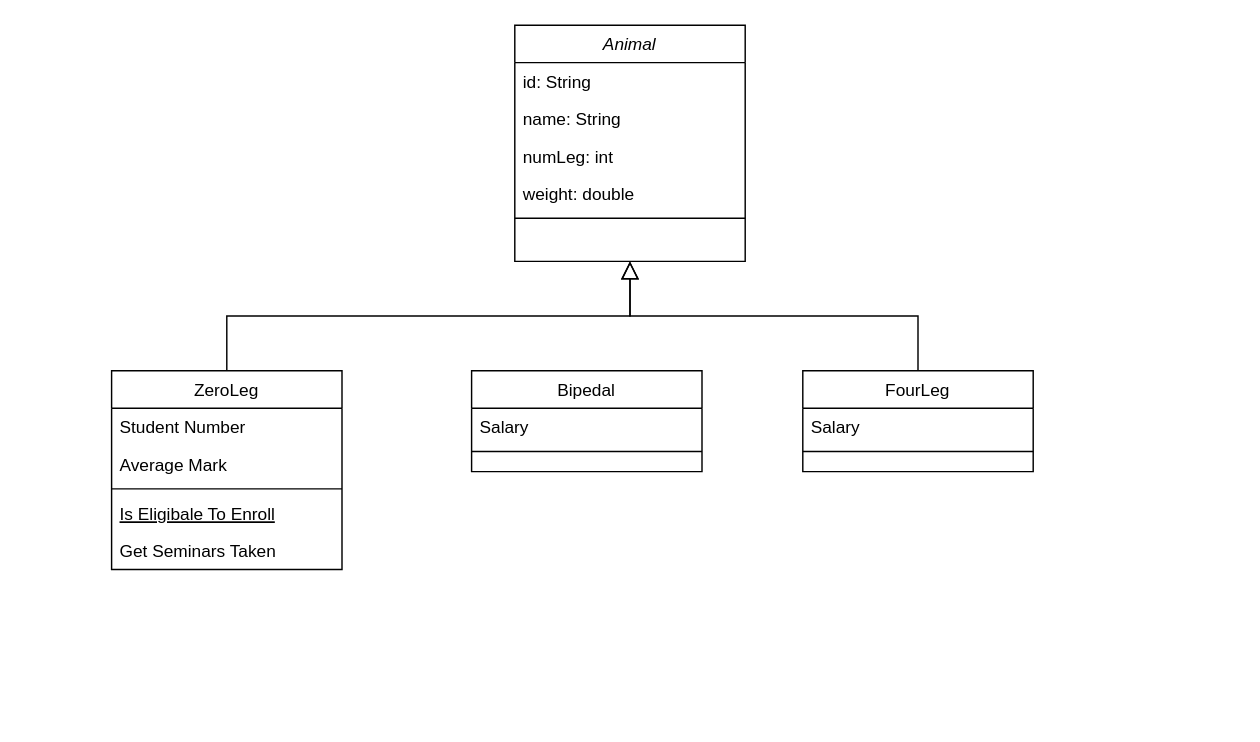
congtrung6391/fptu-schoolwork keeps this draw.io diagram as LAB211/Lab01/entity-diagram.drawio. Above is the earlier version. Source tidied: cells renumbered, new cells numbered last; positions are measured from the earlier drawing's top-left corner, leaving out a move shared by most shapes. Both pictures are drawn from the tidied source at 144%, with x=0, y=0 at pixel (111, 24).
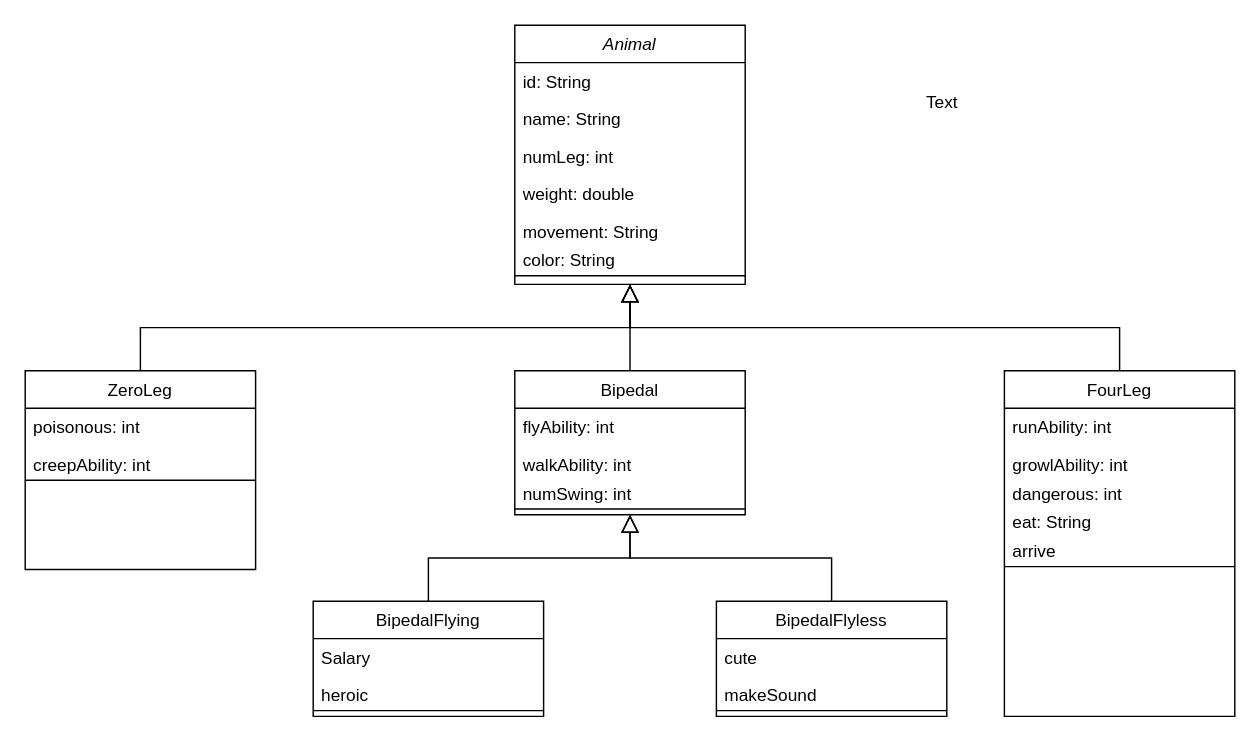
The same page after the edit.

What changed in the source:
```diff
@@
     <mxCell id="2" value="Animal" style="swimlane;fontStyle=2;align=center;verticalAlign=top;horizontal=1;startSize=26;rounded=0;shadow=0;strokeWidth=1;" parent="1" vertex="1">
-      <mxGeometry x="280" width="160" height="164" as="geometry" />
+      <mxGeometry x="280" width="160" height="180" as="geometry" />
     </mxCell>
@@
+    <mxCell id="22" value="movement: String" style="text;html=1;align=left;verticalAlign=top;fillColor=none;strokeColor=none;rounded=0;shadow=0;spacingLeft=4;spacingRight=4;" parent="2" vertex="1">
+      <mxGeometry y="130" width="160" height="20" as="geometry" />
+    </mxCell>
+    <mxCell id="23" value="color: String" style="text;html=1;align=left;verticalAlign=top;fillColor=none;strokeColor=none;rounded=0;shadow=0;spacingLeft=4;spacingRight=4;" parent="2" vertex="1">
+      <mxGeometry y="150" width="160" height="20" as="geometry" />
+    </mxCell>
     <mxCell id="7" style="line;html=1;strokeWidth=1;align=left;verticalAlign=middle;spacingTop=-1;spacingLeft=3;spacingRight=3;labelPosition=right;" parent="2" vertex="1">
-      <mxGeometry y="130" width="160" height="8" as="geometry" />
+      <mxGeometry y="170" width="160" height="8" as="geometry" />
     </mxCell>
     <mxCell id="8" value="ZeroLeg" style="swimlane;fontStyle=0;align=center;verticalAlign=top;horizontal=1;startSize=26;rounded=0;shadow=0;strokeWidth=1;" parent="1" vertex="1">
-      <mxGeometry y="240" width="160" height="138" as="geometry" />
+      <mxGeometry x="-60" y="240" width="160" height="138" as="geometry" />
     </mxCell>
-    <mxCell id="9" value="Student Number" style="text;align=left;verticalAlign=top;spacingLeft=4;spacingRight=4;overflow=hidden;" parent="8" vertex="1">
+    <mxCell id="9" value="poisonous: int" style="text;align=left;verticalAlign=top;spacingLeft=4;spacingRight=4;overflow=hidden;" parent="8" vertex="1">
       <mxGeometry y="26" width="160" height="26" as="geometry" />
     </mxCell>
-    <mxCell id="10" value="Average Mark" style="text;align=left;verticalAlign=top;spacingLeft=4;spacingRight=4;overflow=hidden;rounded=0;shadow=0;html=0;" parent="8" vertex="1">
-      <mxGeometry y="52" width="160" height="26" as="geometry" />
-    </mxCell>
+    <mxCell id="24" value="creepAbility: int" style="text;html=1;align=left;verticalAlign=top;fillColor=none;strokeColor=none;rounded=0;shadow=0;spacingLeft=4;spacingRight=4;" parent="8" vertex="1">
+      <mxGeometry y="52" width="160" height="20" as="geometry" />
+    </mxCell>
     <mxCell id="11" style="line;html=1;strokeWidth=1;align=left;verticalAlign=middle;spacingTop=-1;spacingLeft=3;spacingRight=3;labelPosition=right;" parent="8" vertex="1">
-      <mxGeometry y="78" width="160" height="8" as="geometry" />
+      <mxGeometry y="72" width="160" height="8" as="geometry" />
     </mxCell>
-    <mxCell id="12" value="Is Eligibale To Enroll" style="text;align=left;verticalAlign=top;spacingLeft=4;spacingRight=4;overflow=hidden;fontStyle=4;" parent="8" vertex="1">
-      <mxGeometry y="86" width="160" height="26" as="geometry" />
-    </mxCell>
-    <mxCell id="13" value="Get Seminars Taken" style="text;align=left;verticalAlign=top;spacingLeft=4;spacingRight=4;overflow=hidden;" parent="8" vertex="1">
-      <mxGeometry y="112" width="160" height="26" as="geometry" />
-    </mxCell>
@@
     <mxCell id="15" value="FourLeg" style="swimlane;fontStyle=0;align=center;verticalAlign=top;horizontal=1;startSize=26;rounded=0;shadow=0;strokeWidth=1;" parent="1" vertex="1">
-      <mxGeometry x="480" y="240" width="160" height="70" as="geometry" />
+      <mxGeometry x="620" y="240" width="160" height="240" as="geometry" />
     </mxCell>
-    <mxCell id="16" value="Salary" style="text;align=left;verticalAlign=top;spacingLeft=4;spacingRight=4;overflow=hidden;" parent="15" vertex="1">
+    <mxCell id="16" value="runAbility: int" style="text;align=left;verticalAlign=top;spacingLeft=4;spacingRight=4;overflow=hidden;" parent="15" vertex="1">
       <mxGeometry y="26" width="160" height="26" as="geometry" />
     </mxCell>
+    <mxCell id="25" value="growlAbility: int" style="text;html=1;align=left;verticalAlign=top;fillColor=none;strokeColor=none;rounded=0;shadow=0;spacingLeft=4;spacingRight=4;" parent="15" vertex="1">
+      <mxGeometry y="52" width="160" height="20" as="geometry" />
+    </mxCell>
+    <mxCell id="26" value="dangerous: int" style="text;html=1;align=left;verticalAlign=top;fillColor=none;strokeColor=none;rounded=0;shadow=0;spacingLeft=4;spacingRight=4;" parent="15" vertex="1">
+      <mxGeometry y="72" width="160" height="20" as="geometry" />
+    </mxCell>
+    <mxCell id="27" value="eat: String" style="text;html=1;align=left;verticalAlign=top;fillColor=none;strokeColor=none;rounded=0;shadow=0;spacingLeft=4;spacingRight=4;" parent="15" vertex="1">
+      <mxGeometry y="92" width="160" height="20" as="geometry" />
+    </mxCell>
+    <mxCell id="28" value="arrive" style="text;html=1;align=left;verticalAlign=top;fillColor=none;strokeColor=none;rounded=0;shadow=0;spacingLeft=4;spacingRight=4;" parent="15" vertex="1">
+      <mxGeometry y="112" width="160" height="20" as="geometry" />
+    </mxCell>
     <mxCell id="17" style="line;html=1;strokeWidth=1;align=left;verticalAlign=middle;spacingTop=-1;spacingLeft=3;spacingRight=3;labelPosition=right;" parent="15" vertex="1">
-      <mxGeometry y="52" width="160" height="8" as="geometry" />
+      <mxGeometry y="132" width="160" height="8" as="geometry" />
     </mxCell>
@@
+    <mxCell id="29" style="edgeStyle=elbowEdgeStyle;rounded=0;jettySize=auto;elbow=vertical;html=1;entryX=0.5;entryY=1;entryDx=0;entryDy=0;endArrow=block;endFill=0;endSize=10;" parent="1" edge="1" source="19" target="2">
+      <mxGeometry relative="1" as="geometry" />
+    </mxCell>
     <mxCell id="19" value="Bipedal" style="swimlane;fontStyle=0;align=center;verticalAlign=top;horizontal=1;startSize=26;rounded=0;shadow=0;strokeWidth=1;" parent="1" vertex="1">
-      <mxGeometry x="250" y="240" width="160" height="70" as="geometry" />
+      <mxGeometry x="280" y="240" width="160" height="100" as="geometry" />
     </mxCell>
-    <mxCell id="20" value="Salary" style="text;align=left;verticalAlign=top;spacingLeft=4;spacingRight=4;overflow=hidden;" parent="19" vertex="1">
+    <mxCell id="20" value="flyAbility: int" style="text;align=left;verticalAlign=top;spacingLeft=4;spacingRight=4;overflow=hidden;" parent="19" vertex="1">
       <mxGeometry y="26" width="160" height="26" as="geometry" />
     </mxCell>
+    <mxCell id="30" value="walkAbility: int" style="text;html=1;align=left;verticalAlign=top;fillColor=none;strokeColor=none;rounded=0;shadow=0;spacingLeft=4;spacingRight=4;" parent="19" vertex="1">
+      <mxGeometry y="52" width="160" height="20" as="geometry" />
+    </mxCell>
+    <mxCell id="31" value="numSwing: int" style="text;html=1;align=left;verticalAlign=top;fillColor=none;strokeColor=none;rounded=0;shadow=0;spacingLeft=4;spacingRight=4;" parent="19" vertex="1">
+      <mxGeometry y="72" width="160" height="20" as="geometry" />
+    </mxCell>
     <mxCell id="21" style="line;html=1;strokeWidth=1;align=left;verticalAlign=middle;spacingTop=-1;spacingLeft=3;spacingRight=3;labelPosition=right;" parent="19" vertex="1">
-      <mxGeometry y="52" width="160" height="8" as="geometry" />
+      <mxGeometry y="92" width="160" height="8" as="geometry" />
     </mxCell>
+    <mxCell id="32" style="edgeStyle=elbowEdgeStyle;rounded=0;jettySize=auto;elbow=vertical;html=1;entryX=0.5;entryY=1;entryDx=0;entryDy=0;endArrow=block;endFill=0;endSize=10;" parent="1" edge="1" source="33" target="19">
+      <mxGeometry relative="1" as="geometry" />
+    </mxCell>
+    <mxCell id="33" value="BipedalFlying" style="swimlane;fontStyle=0;align=center;verticalAlign=top;horizontal=1;startSize=26;rounded=0;shadow=0;strokeWidth=1;" parent="1" vertex="1">
+      <mxGeometry x="140" y="400" width="160" height="80" as="geometry" />
+    </mxCell>
+    <mxCell id="34" value="Salary" style="text;align=left;verticalAlign=top;spacingLeft=4;spacingRight=4;overflow=hidden;" parent="33" vertex="1">
+      <mxGeometry y="26" width="160" height="26" as="geometry" />
+    </mxCell>
+    <mxCell id="35" value="heroic" style="text;html=1;align=left;verticalAlign=top;fillColor=none;strokeColor=none;rounded=0;shadow=0;spacingLeft=4;spacingRight=4;" parent="33" vertex="1">
+      <mxGeometry y="52" width="160" height="20" as="geometry" />
+    </mxCell>
+    <mxCell id="36" style="line;html=1;strokeWidth=1;align=left;verticalAlign=middle;spacingTop=-1;spacingLeft=3;spacingRight=3;labelPosition=right;" parent="33" vertex="1">
+      <mxGeometry y="72" width="160" height="8" as="geometry" />
+    </mxCell>
+    <mxCell id="37" style="edgeStyle=elbowEdgeStyle;rounded=0;jettySize=auto;elbow=vertical;html=1;endArrow=block;endFill=0;endSize=10;entryX=0.5;entryY=1;entryDx=0;entryDy=0;" parent="1" edge="1" source="38" target="19">
+      <mxGeometry relative="1" as="geometry" />
+    </mxCell>
+    <mxCell id="38" value="BipedalFlyless" style="swimlane;fontStyle=0;align=center;verticalAlign=top;horizontal=1;startSize=26;rounded=0;shadow=0;strokeWidth=1;" parent="1" vertex="1">
+      <mxGeometry x="420" y="400" width="160" height="80" as="geometry" />
+    </mxCell>
+    <mxCell id="39" value="cute" style="text;align=left;verticalAlign=top;spacingLeft=4;spacingRight=4;overflow=hidden;" parent="38" vertex="1">
+      <mxGeometry y="26" width="160" height="26" as="geometry" />
+    </mxCell>
+    <mxCell id="40" value="makeSound" style="text;html=1;align=left;verticalAlign=top;fillColor=none;strokeColor=none;rounded=0;shadow=0;spacingLeft=4;spacingRight=4;" parent="38" vertex="1">
+      <mxGeometry y="52" width="160" height="20" as="geometry" />
+    </mxCell>
+    <mxCell id="41" style="line;html=1;strokeWidth=1;align=left;verticalAlign=middle;spacingTop=-1;spacingLeft=3;spacingRight=3;labelPosition=right;" parent="38" vertex="1">
+      <mxGeometry y="72" width="160" height="8" as="geometry" />
+    </mxCell>
+    <mxCell id="42" value="Text" style="text;html=1;align=left;verticalAlign=top;fillColor=none;strokeColor=none;rounded=0;shadow=0;spacingLeft=4;spacingRight=4;" parent="1" vertex="1">
+      <mxGeometry x="560" y="40" width="160" height="20" as="geometry" />
+    </mxCell>
```
